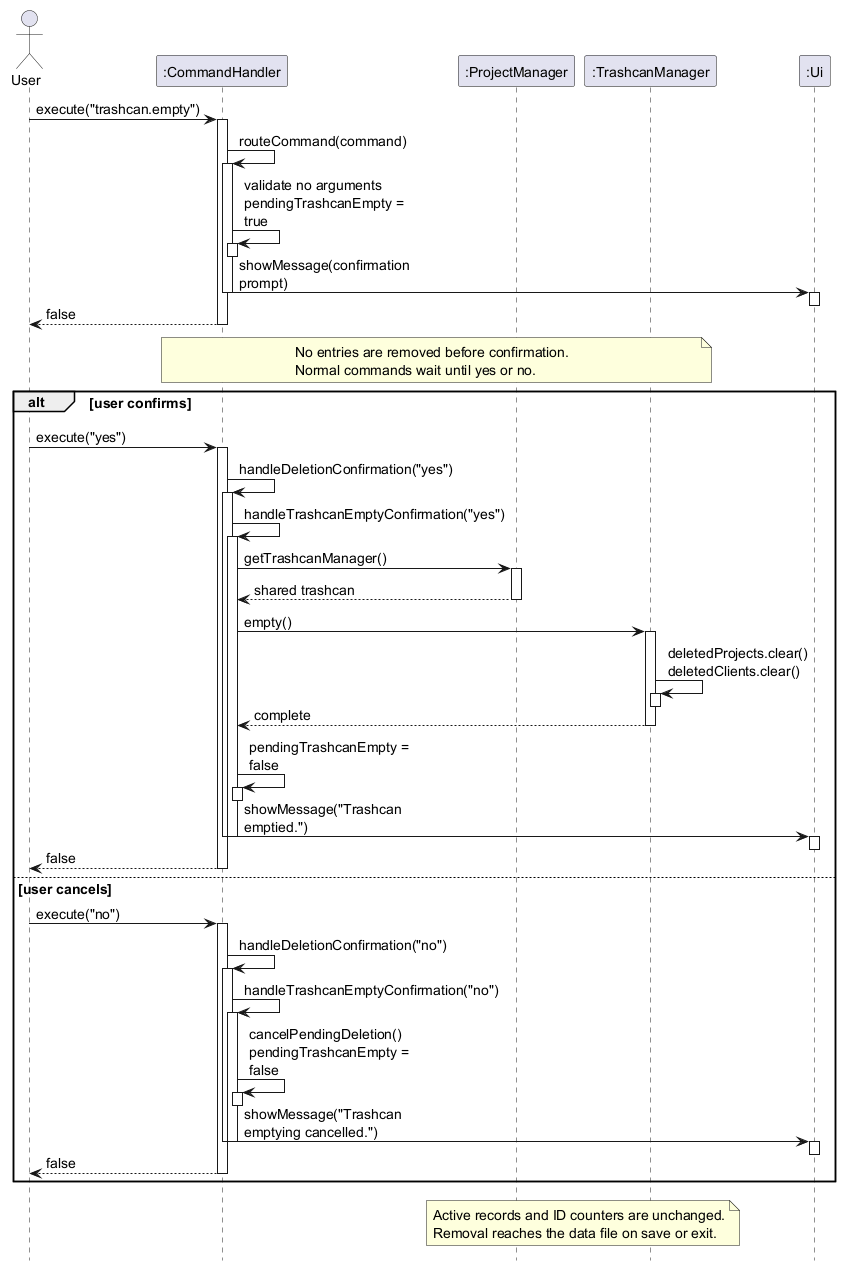
AY2627S1-CS2113-T10-3/tp keeps this PlantUML diagram as docs/images/TrashcanEmptySequenceDiagram.png. Above is the earlier version.
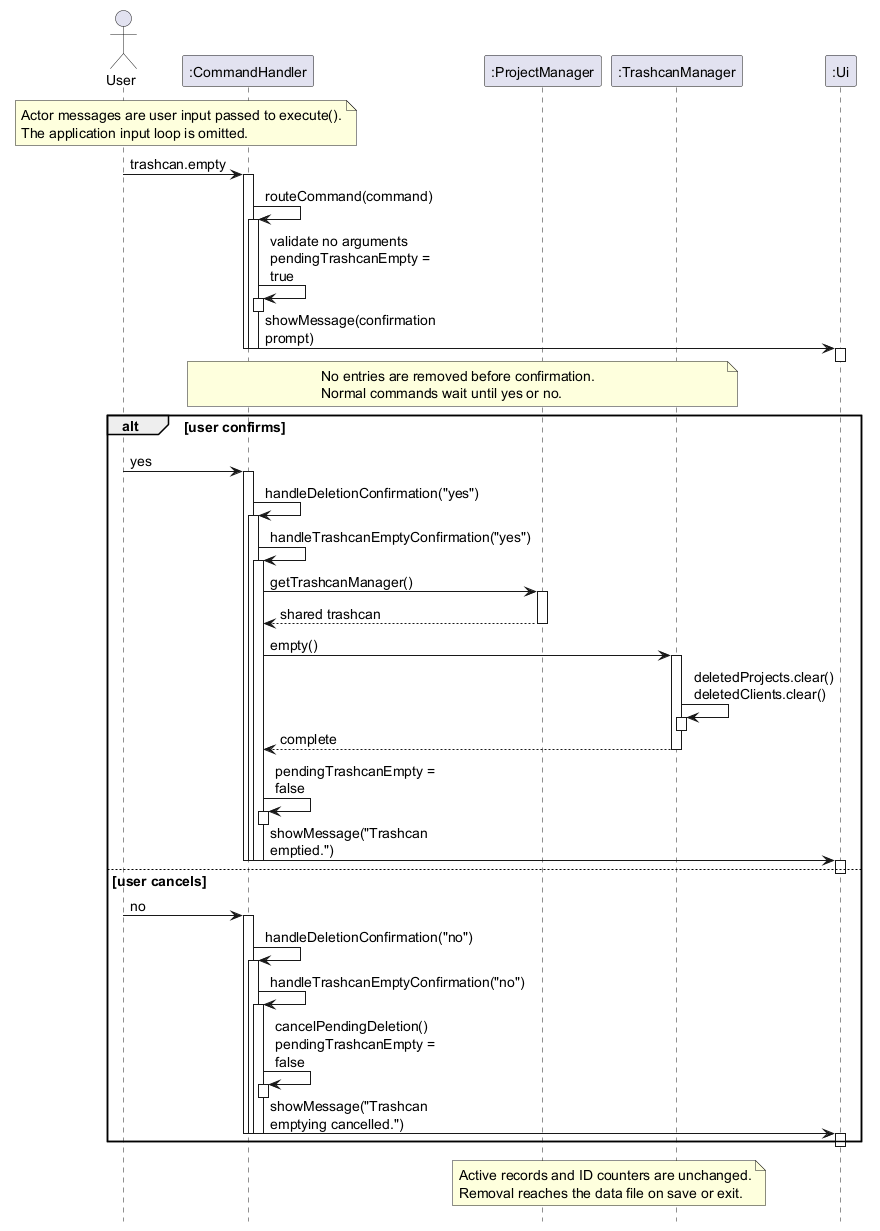
Above is the later version.

Diff of the diagram source:
```diff
@@ -9,7 +9,12 @@
 participant ":TrashcanManager" as TM
 participant ":Ui" as UI
 
-User -> CH : execute("trashcan.empty")
+note over User, CH
+  Actor messages are user input passed to execute().
+  The application input loop is omitted.
+end note
+
+User -> CH : trashcan.empty
 activate CH
 CH -> CH : routeCommand(command)
 activate CH
@@ -20,7 +25,6 @@
 activate UI
 deactivate UI
 deactivate CH
-CH --> User : false
 deactivate CH
 
 note over CH, TM
@@ -29,7 +33,7 @@
 end note
 
 alt user confirms
-  User -> CH : execute("yes")
+  User -> CH : yes
   activate CH
   CH -> CH : handleDeletionConfirmation("yes")
   activate CH
@@ -54,10 +58,9 @@
   deactivate UI
   deactivate CH
   deactivate CH
-  CH --> User : false
   deactivate CH
 else user cancels
-  User -> CH : execute("no")
+  User -> CH : no
   activate CH
   CH -> CH : handleDeletionConfirmation("no")
   activate CH
@@ -71,7 +74,6 @@
   deactivate UI
   deactivate CH
   deactivate CH
-  CH --> User : false
   deactivate CH
 end
 
```
